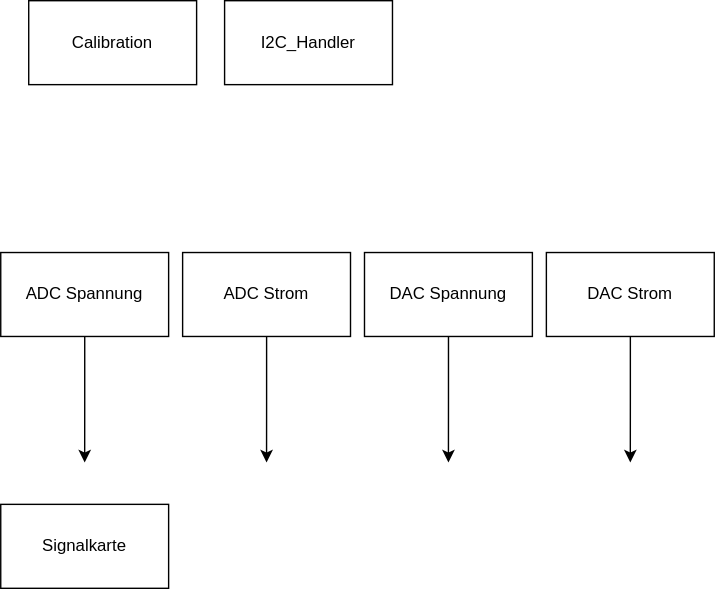
Before: Signalkarte.drawio.svg, a diagram exported from draw.io (kk-ari/drawio). Source tidied: cells renumbered, new cells last; positions are measured from the earlier drawing's top-left corner, leaving out a move shared by most shapes.
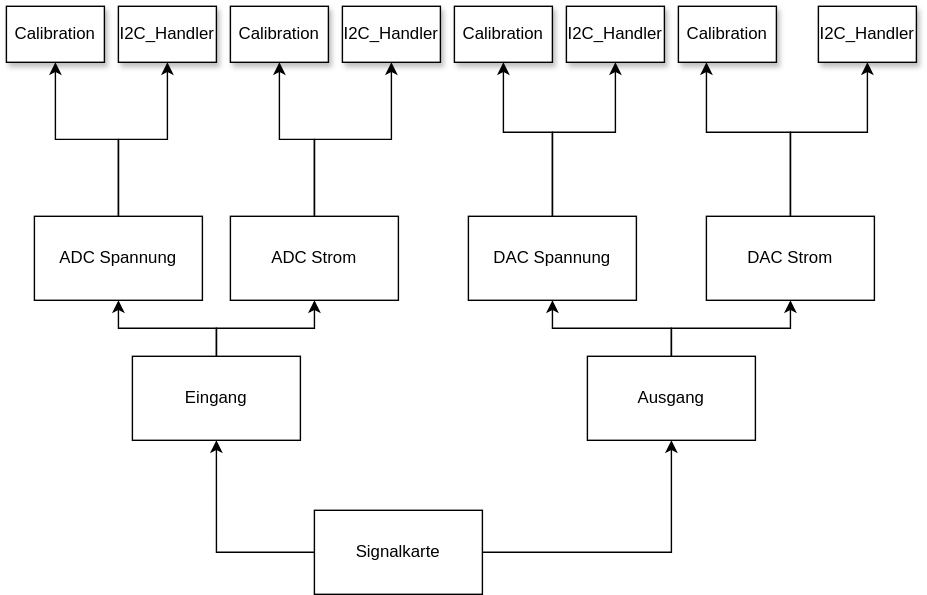
Later version of the same file.

What changed in the source:
```diff
@@ -2,46 +2,112 @@
   <root>
     <mxCell id="0" />
     <mxCell id="1" parent="0" />
-    <mxCell id="2" value="&lt;div&gt;I2C_Handler&lt;/div&gt;" style="whiteSpace=wrap;html=1;" parent="1" vertex="1">
-      <mxGeometry x="160" width="120" height="60" as="geometry" />
+    <mxCell id="2" value="&lt;div&gt;I2C_Handler&lt;/div&gt;" style="whiteSpace=wrap;html=1;shadow=1;" parent="1" vertex="1">
+      <mxGeometry x="60" y="-50" width="70" height="40" as="geometry" />
     </mxCell>
-    <mxCell id="3" style="edgeStyle=orthogonalEdgeStyle;rounded=0;jettySize=auto;html=1;" parent="1" edge="1" source="4">
-      <mxGeometry relative="1" as="geometry">
-        <mxPoint x="60" y="330" as="targetPoint" />
-      </mxGeometry>
-    </mxCell>
+    <mxCell id="13" style="edgeStyle=orthogonalEdgeStyle;rounded=0;jettySize=auto;html=1;" parent="1" edge="1" source="4" target="12">
+      <mxGeometry relative="1" as="geometry" />
+    </mxCell>
+    <mxCell id="14" style="edgeStyle=orthogonalEdgeStyle;rounded=0;jettySize=auto;html=1;" parent="1" edge="1" source="4" target="2">
+      <mxGeometry relative="1" as="geometry" />
+    </mxCell>
     <mxCell id="4" value="ADC Spannung" style="whiteSpace=wrap;html=1;" parent="1" vertex="1">
-      <mxGeometry y="180" width="120" height="60" as="geometry" />
+      <mxGeometry y="100" width="120" height="60" as="geometry" />
     </mxCell>
-    <mxCell id="5" style="edgeStyle=orthogonalEdgeStyle;rounded=0;jettySize=auto;html=1;" parent="1" edge="1" source="6">
-      <mxGeometry relative="1" as="geometry">
-        <mxPoint x="190" y="330" as="targetPoint" />
-      </mxGeometry>
-    </mxCell>
+    <mxCell id="15" style="edgeStyle=orthogonalEdgeStyle;rounded=0;jettySize=auto;html=1;" parent="1" edge="1" source="6" target="30">
+      <mxGeometry relative="1" as="geometry" />
+    </mxCell>
+    <mxCell id="16" style="edgeStyle=orthogonalEdgeStyle;rounded=0;jettySize=auto;html=1;" parent="1" edge="1" source="6" target="29">
+      <mxGeometry relative="1" as="geometry" />
+    </mxCell>
     <mxCell id="6" value="ADC Strom" style="whiteSpace=wrap;html=1;" parent="1" vertex="1">
-      <mxGeometry x="130" y="180" width="120" height="60" as="geometry" />
+      <mxGeometry x="140" y="100" width="120" height="60" as="geometry" />
     </mxCell>
-    <mxCell id="7" style="edgeStyle=orthogonalEdgeStyle;rounded=0;jettySize=auto;html=1;" parent="1" edge="1" source="8">
-      <mxGeometry relative="1" as="geometry">
-        <mxPoint x="320" y="330" as="targetPoint" />
-      </mxGeometry>
-    </mxCell>
+    <mxCell id="17" style="edgeStyle=orthogonalEdgeStyle;rounded=0;jettySize=auto;html=1;entryX=0.5;entryY=1;entryDx=0;entryDy=0;" parent="1" edge="1" source="8" target="32">
+      <mxGeometry relative="1" as="geometry">
+        <Array as="points">
+          <mxPoint x="370" y="40" />
+          <mxPoint x="335" y="40" />
+        </Array>
+      </mxGeometry>
+    </mxCell>
+    <mxCell id="18" style="edgeStyle=orthogonalEdgeStyle;rounded=0;jettySize=auto;html=1;" parent="1" edge="1" source="8" target="31">
+      <mxGeometry relative="1" as="geometry">
+        <Array as="points">
+          <mxPoint x="370" y="40" />
+          <mxPoint x="415" y="40" />
+        </Array>
+      </mxGeometry>
+    </mxCell>
     <mxCell id="8" value="&lt;div&gt;DAC Spannung&lt;/div&gt;" style="whiteSpace=wrap;html=1;" parent="1" vertex="1">
-      <mxGeometry x="260" y="180" width="120" height="60" as="geometry" />
+      <mxGeometry x="310" y="100" width="120" height="60" as="geometry" />
     </mxCell>
-    <mxCell id="9" style="edgeStyle=orthogonalEdgeStyle;rounded=0;jettySize=auto;html=1;" parent="1" edge="1" source="10">
-      <mxGeometry relative="1" as="geometry">
-        <mxPoint x="450" y="330" as="targetPoint" />
-      </mxGeometry>
-    </mxCell>
+    <mxCell id="19" style="edgeStyle=orthogonalEdgeStyle;rounded=0;jettySize=auto;html=1;" parent="1" edge="1" source="10" target="34">
+      <mxGeometry relative="1" as="geometry">
+        <Array as="points">
+          <mxPoint x="540" y="40" />
+          <mxPoint x="480" y="40" />
+        </Array>
+      </mxGeometry>
+    </mxCell>
+    <mxCell id="20" style="edgeStyle=orthogonalEdgeStyle;rounded=0;jettySize=auto;html=1;entryX=0.5;entryY=1;entryDx=0;entryDy=0;" parent="1" edge="1" source="10" target="33">
+      <mxGeometry relative="1" as="geometry">
+        <Array as="points">
+          <mxPoint x="540" y="40" />
+          <mxPoint x="595" y="40" />
+        </Array>
+      </mxGeometry>
+    </mxCell>
     <mxCell id="10" value="&lt;div&gt;DAC Strom&lt;/div&gt;" style="whiteSpace=wrap;html=1;" parent="1" vertex="1">
-      <mxGeometry x="390" y="180" width="120" height="60" as="geometry" />
+      <mxGeometry x="480" y="100" width="120" height="60" as="geometry" />
     </mxCell>
+    <mxCell id="21" style="edgeStyle=orthogonalEdgeStyle;rounded=0;jettySize=auto;html=1;entryX=0.5;entryY=1;entryDx=0;entryDy=0;" parent="1" edge="1" source="11" target="25">
+      <mxGeometry relative="1" as="geometry" />
+    </mxCell>
+    <mxCell id="22" style="edgeStyle=orthogonalEdgeStyle;rounded=0;jettySize=auto;html=1;" parent="1" edge="1" source="11" target="28">
+      <mxGeometry relative="1" as="geometry" />
+    </mxCell>
     <mxCell id="11" value="Signalkarte" style="whiteSpace=wrap;html=1;" parent="1" vertex="1">
-      <mxGeometry y="360" width="120" height="60" as="geometry" />
+      <mxGeometry x="200" y="310" width="120" height="60" as="geometry" />
     </mxCell>
-    <mxCell id="12" value="Calibration" style="whiteSpace=wrap;html=1;" parent="1" vertex="1">
-      <mxGeometry x="20" width="120" height="60" as="geometry" />
+    <mxCell id="12" value="Calibration" style="whiteSpace=wrap;html=1;shadow=1;" parent="1" vertex="1">
+      <mxGeometry x="-20" y="-50" width="70" height="40" as="geometry" />
     </mxCell>
+    <mxCell id="23" style="edgeStyle=orthogonalEdgeStyle;rounded=0;jettySize=auto;html=1;" parent="1" edge="1" source="25" target="4">
+      <mxGeometry relative="1" as="geometry" />
+    </mxCell>
+    <mxCell id="24" style="edgeStyle=orthogonalEdgeStyle;rounded=0;jettySize=auto;html=1;" parent="1" edge="1" source="25" target="6">
+      <mxGeometry relative="1" as="geometry" />
+    </mxCell>
+    <mxCell id="25" value="Eingang" style="whiteSpace=wrap;html=1;" parent="1" vertex="1">
+      <mxGeometry x="70" y="200" width="120" height="60" as="geometry" />
+    </mxCell>
+    <mxCell id="26" style="edgeStyle=orthogonalEdgeStyle;rounded=0;jettySize=auto;html=1;" parent="1" edge="1" source="28" target="8">
+      <mxGeometry relative="1" as="geometry" />
+    </mxCell>
+    <mxCell id="27" style="edgeStyle=orthogonalEdgeStyle;rounded=0;jettySize=auto;html=1;" parent="1" edge="1" source="28" target="10">
+      <mxGeometry relative="1" as="geometry" />
+    </mxCell>
+    <mxCell id="28" value="Ausgang" style="whiteSpace=wrap;html=1;" parent="1" vertex="1">
+      <mxGeometry x="395" y="200" width="120" height="60" as="geometry" />
+    </mxCell>
+    <mxCell id="29" value="&lt;div&gt;I2C_Handler&lt;/div&gt;" style="whiteSpace=wrap;html=1;shadow=1;" parent="1" vertex="1">
+      <mxGeometry x="220" y="-50" width="70" height="40" as="geometry" />
+    </mxCell>
+    <mxCell id="30" value="Calibration" style="whiteSpace=wrap;html=1;shadow=1;" parent="1" vertex="1">
+      <mxGeometry x="140" y="-50" width="70" height="40" as="geometry" />
+    </mxCell>
+    <mxCell id="31" value="&lt;div&gt;I2C_Handler&lt;/div&gt;" style="whiteSpace=wrap;html=1;shadow=1;" parent="1" vertex="1">
+      <mxGeometry x="380" y="-50" width="70" height="40" as="geometry" />
+    </mxCell>
+    <mxCell id="32" value="Calibration" style="whiteSpace=wrap;html=1;shadow=1;" parent="1" vertex="1">
+      <mxGeometry x="300" y="-50" width="70" height="40" as="geometry" />
+    </mxCell>
+    <mxCell id="33" value="&lt;div&gt;I2C_Handler&lt;/div&gt;" style="whiteSpace=wrap;html=1;shadow=1;" parent="1" vertex="1">
+      <mxGeometry x="560" y="-50" width="70" height="40" as="geometry" />
+    </mxCell>
+    <mxCell id="34" value="Calibration" style="whiteSpace=wrap;html=1;shadow=1;" parent="1" vertex="1">
+      <mxGeometry x="460" y="-50" width="70" height="40" as="geometry" />
+    </mxCell>
   </root>
 </mxGraphModel>
```
